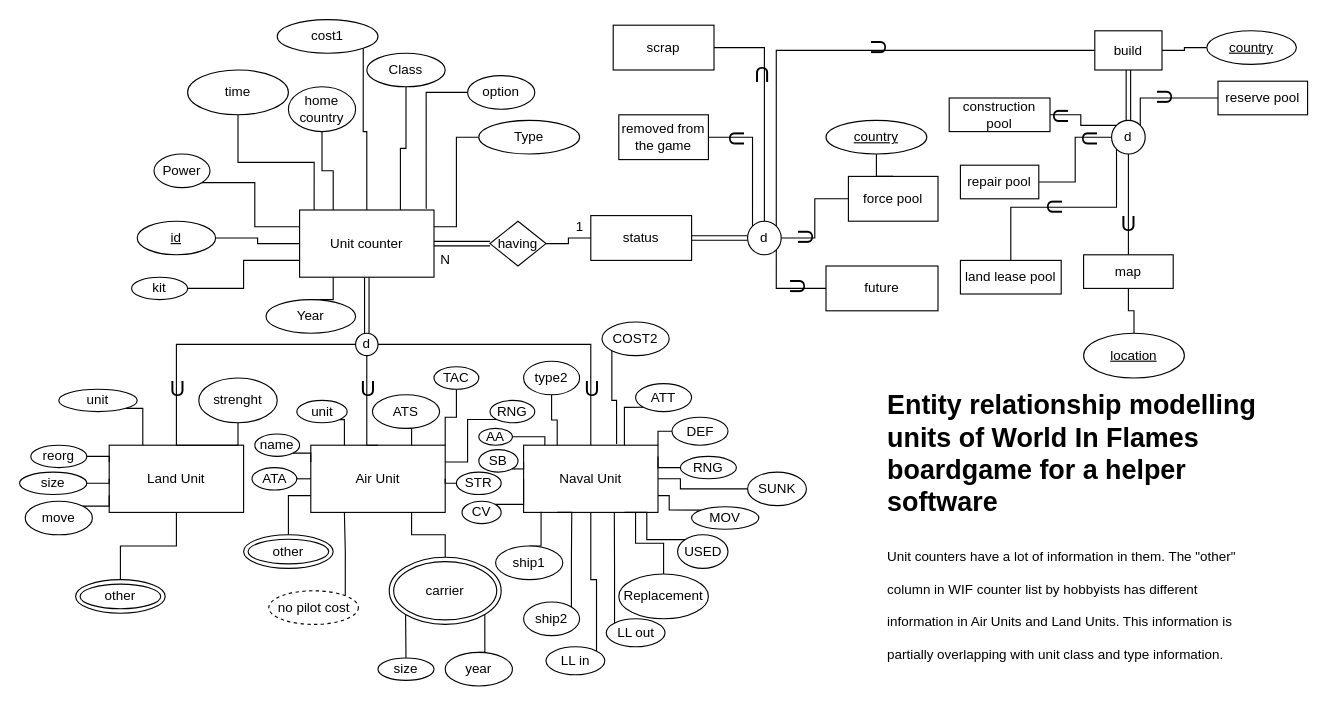
The draw.io diagram design_documentation/wifunits.drawio in teakfi/wif_helper, before the edit. Source tidied: cells renumbered, new cells numbered last; positions are measured from the earlier drawing's top-left corner, leaving out a move shared by most shapes. Both pictures are drawn from the tidied source at 112%, with x=0, y=0 at pixel (19, 19).
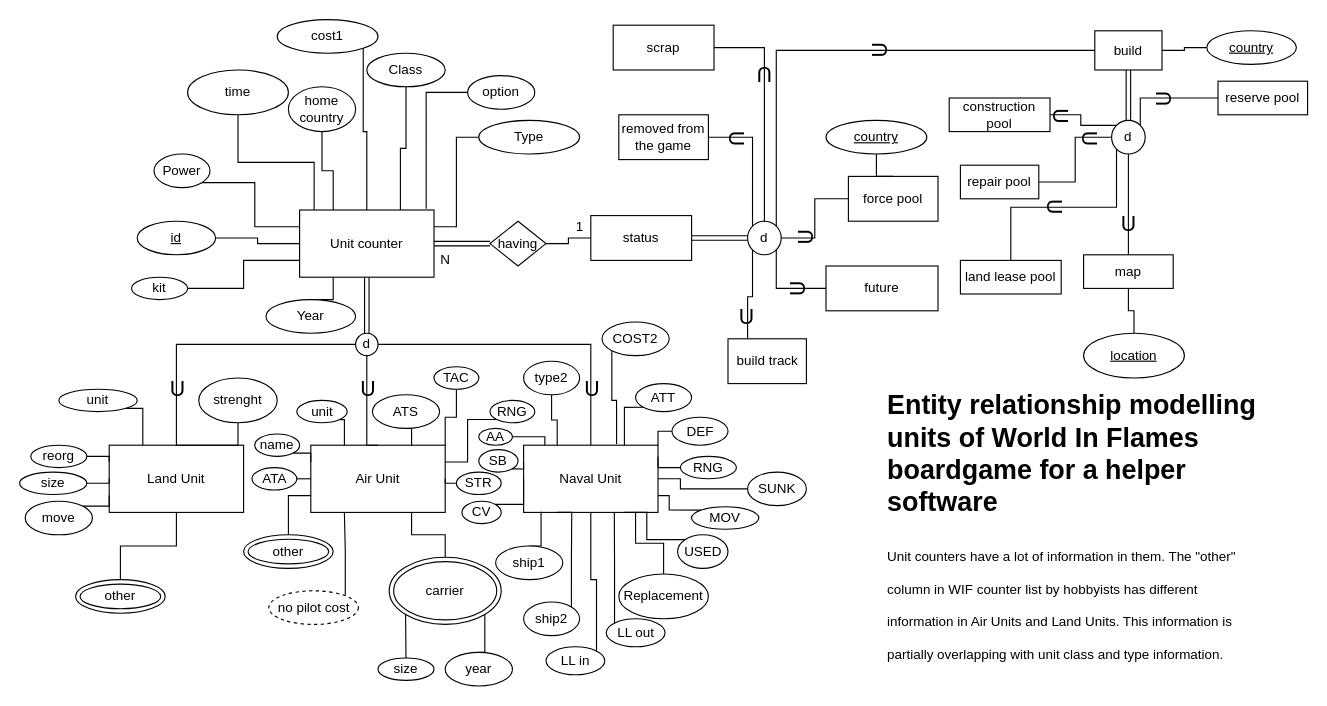
The same page after the edit.

Commit message (it also covers changes not shown here):
Database design for build studies finalized and some corrections to the drawio drawings.

The change refers to these unchanged cells:
```xml
<mxCell id="109" value="d" style="ellipse;whiteSpace=wrap;html=1;" parent="1" vertex="1">
  <mxGeometry x="650" y="180" width="30" height="30" as="geometry" />
</mxCell>
<mxCell id="110" style="edgeStyle=orthogonalEdgeStyle;rounded=0;jettySize=auto;html=1;exitX=1;exitY=0.5;exitDx=0;exitDy=0;entryX=0.5;entryY=0;entryDx=0;entryDy=0;endArrow=none;endFill=0;" parent="1" edge="1" source="112" target="109">
  <mxGeometry relative="1" as="geometry" />
</mxCell>
<mxCell id="116" style="edgeStyle=orthogonalEdgeStyle;rounded=0;jettySize=auto;html=1;exitX=0;exitY=0.5;exitDx=0;exitDy=0;entryX=1;entryY=0;entryDx=0;entryDy=0;endArrow=none;endFill=0;" parent="1" edge="1" source="118" target="109">
  <mxGeometry relative="1" as="geometry" />
</mxCell>
<mxCell id="122" style="edgeStyle=orthogonalEdgeStyle;rounded=0;jettySize=auto;html=1;exitX=0;exitY=0.5;exitDx=0;exitDy=0;entryX=1;entryY=0;entryDx=0;entryDy=0;endArrow=none;endFill=0;" parent="1" edge="1" source="124" target="129">
  <mxGeometry relative="1" as="geometry" />
</mxCell>
<mxCell id="125" style="edgeStyle=orthogonalEdgeStyle;rounded=0;jettySize=auto;html=1;exitX=0;exitY=0.5;exitDx=0;exitDy=0;entryX=1;entryY=1;entryDx=0;entryDy=0;endArrow=none;endFill=0;" parent="1" edge="1" source="127" target="109">
  <mxGeometry relative="1" as="geometry" />
</mxCell>
```

Diff of the diagram source:
```diff
@@
+    <mxCell id="151" style="edgeStyle=orthogonalEdgeStyle;rounded=0;jettySize=auto;html=1;exitX=0;exitY=1;exitDx=0;exitDy=0;entryX=0.25;entryY=0;entryDx=0;entryDy=0;endArrow=none;endFill=0;" parent="1" edge="1" source="109" target="153">
+      <mxGeometry relative="1" as="geometry" />
+    </mxCell>
+    <mxCell id="152" value="U" style="edgeLabel;html=1;align=center;verticalAlign=middle;labelBackgroundColor=none;fontSize=19;spacingRight=4;" parent="151" vertex="1">
+      <mxGeometry x="-0.2" y="1" relative="1" as="geometry">
+        <mxPoint x="-5" y="26" as="offset" />
+      </mxGeometry>
+    </mxCell>
@@
-    <mxCell id="111" value="U" style="edgeLabel;html=1;align=center;verticalAlign=middle;fontSize=19;labelBackgroundColor=none;rotation=180;" parent="110" vertex="1">
+    <mxCell id="111" value="U" style="edgeLabel;html=1;align=center;verticalAlign=middle;fontSize=19;labelBackgroundColor=none;rotation=180;spacingRight=3;" parent="110" vertex="1">
       <mxGeometry x="-0.26" y="-1" relative="1" as="geometry">
         <mxPoint x="1" y="-4" as="offset" />
       </mxGeometry>
     </mxCell>
@@
-    <mxCell id="117" value="&lt;font style=&quot;font-size: 19px;&quot;&gt;U&lt;/font&gt;" style="edgeLabel;html=1;align=center;verticalAlign=middle;labelBackgroundColor=none;rotation=270;" parent="116" vertex="1">
+    <mxCell id="117" value="&lt;font style=&quot;font-size: 19px;&quot;&gt;U&lt;/font&gt;" style="edgeLabel;html=1;align=center;verticalAlign=middle;labelBackgroundColor=none;rotation=270;spacingBottom=0;spacingRight=5;" parent="116" vertex="1">
       <mxGeometry x="-0.13" y="-1" relative="1" as="geometry" />
     </mxCell>
@@
-    <mxCell id="123" value="U" style="edgeLabel;html=1;align=center;verticalAlign=middle;fontSize=19;labelBackgroundColor=none;rotation=270;" parent="122" vertex="1">
+    <mxCell id="123" value="U" style="edgeLabel;html=1;align=center;verticalAlign=middle;fontSize=19;labelBackgroundColor=none;rotation=270;spacingRight=3;" parent="122" vertex="1">
       <mxGeometry x="0.03" y="1" relative="1" as="geometry" />
     </mxCell>
@@
-    <mxCell id="126" value="U" style="edgeLabel;html=1;align=center;verticalAlign=middle;fontSize=19;labelBackgroundColor=none;rotation=270;" parent="125" vertex="1">
+    <mxCell id="126" value="U" style="edgeLabel;html=1;align=center;verticalAlign=middle;fontSize=19;labelBackgroundColor=none;rotation=270;spacingRight=4;" parent="125" vertex="1">
       <mxGeometry x="-0.36" relative="1" as="geometry" />
     </mxCell>
@@
+    <mxCell id="153" value="build track" style="rounded=0;whiteSpace=wrap;html=1;" parent="1" vertex="1">
+      <mxGeometry x="632.5" y="285" width="70" height="40" as="geometry" />
+    </mxCell>
```
